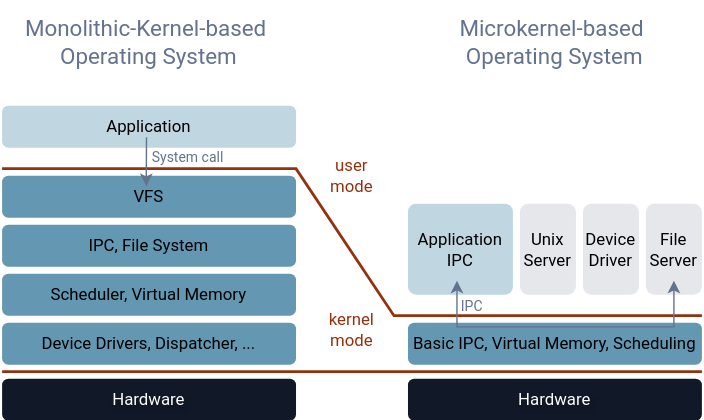
The draw.io diagram images/tries-shutterstock/monolithic-vs-mkernel.drawio.svg in seL4/website, before a commit. Source tidied: cells renumbered, new cells last; positions are measured from the earlier drawing's top-left corner, leaving out a move shared by most shapes. Source of this version:
```xml
<mxGraphModel>
  <root>
    <mxCell id="0" />
    <mxCell id="1" parent="0" />
    <mxCell id="2" value="Hardware" style="rounded=1;whiteSpace=wrap;html=1;fillColor=light-dark(#111828, #364153);fillStyle=solid;strokeColor=none;fontFamily=roboto;textShadow=1;fontColor=#FFFFFF;" parent="1" vertex="1">
      <mxGeometry x="290" y="270" width="210" height="30" as="geometry" />
    </mxCell>
    <mxCell id="3" value="Basic IPC, Virtual Memory, Scheduling" style="rounded=1;whiteSpace=wrap;html=1;strokeColor=none;fillColor=light-dark(#6497b1, #3c637f);fontFamily=roboto;" parent="1" vertex="1">
      <mxGeometry x="290" y="230" width="210" height="30" as="geometry" />
    </mxCell>
    <mxCell id="4" value="Application IPC" style="rounded=1;whiteSpace=wrap;html=1;arcSize=9;strokeColor=none;fillColor=light-dark(#c0d7e1, #6497b1);fontFamily=roboto;" parent="1" vertex="1">
      <mxGeometry x="290" y="145" width="75" height="65" as="geometry" />
    </mxCell>
    <mxCell id="5" value="Unix Server" style="rounded=1;whiteSpace=wrap;html=1;strokeColor=none;fillColor=light-dark(#e5e7eb, #e5e7eb);fontFamily=roboto;fontColor=#000000;" parent="1" vertex="1">
      <mxGeometry x="370" y="145" width="40" height="65" as="geometry" />
    </mxCell>
    <mxCell id="6" value="Device Driver" style="rounded=1;whiteSpace=wrap;html=1;strokeColor=none;fillColor=light-dark(#e5e7eb, #e5e7eb);fontFamily=roboto;fontColor=#000000;" parent="1" vertex="1">
      <mxGeometry x="415" y="145" width="40" height="65" as="geometry" />
    </mxCell>
    <mxCell id="7" value="File Server" style="rounded=1;whiteSpace=wrap;html=1;strokeColor=none;fillColor=light-dark(#e5e7eb, #e5e7eb);fontFamily=roboto;fontColor=#000000;" parent="1" vertex="1">
      <mxGeometry x="460" y="145" width="40" height="65" as="geometry" />
    </mxCell>
    <mxCell id="8" value="Hardware" style="rounded=1;whiteSpace=wrap;html=1;fillColor=light-dark(#111828, #364153);fillStyle=solid;strokeColor=none;fontFamily=roboto;textShadow=1;fontColor=#FFFFFF;" parent="1" vertex="1">
      <mxGeometry y="270" width="210" height="30" as="geometry" />
    </mxCell>
    <mxCell id="9" value="Device Drivers, Dispatcher, ..." style="rounded=1;whiteSpace=wrap;html=1;strokeColor=none;fillColor=light-dark(#6497b1, #3c637f);fontFamily=roboto;" parent="1" vertex="1">
      <mxGeometry y="230" width="210" height="30" as="geometry" />
    </mxCell>
    <mxCell id="10" value="Scheduler, Virtual Memory" style="rounded=1;whiteSpace=wrap;html=1;strokeColor=none;fillColor=light-dark(#6497b1, #3c637f);fontFamily=roboto;" parent="1" vertex="1">
      <mxGeometry y="195" width="210" height="30" as="geometry" />
    </mxCell>
    <mxCell id="11" value="IPC, File System" style="rounded=1;whiteSpace=wrap;html=1;strokeColor=none;fillColor=light-dark(#6497b1, #3c637f);fontFamily=roboto;" parent="1" vertex="1">
      <mxGeometry y="160" width="210" height="30" as="geometry" />
    </mxCell>
    <mxCell id="12" value="VFS" style="rounded=1;whiteSpace=wrap;html=1;strokeColor=none;fillColor=light-dark(#6497b1, #3c637f);fontFamily=roboto;" parent="1" vertex="1">
      <mxGeometry y="125" width="210" height="30" as="geometry" />
    </mxCell>
    <mxCell id="13" value="Application" style="rounded=1;whiteSpace=wrap;html=1;strokeColor=none;fillColor=light-dark(#c0d7e1, #6497b1);fontFamily=roboto;" parent="1" vertex="1">
      <mxGeometry y="75" width="210" height="30" as="geometry" />
    </mxCell>
    <mxCell id="14" style="endArrow=none;html=1;rounded=0;strokeColor=light-dark(#94320d, #ededed);strokeWidth=2;fontFamily=roboto;" parent="1" edge="1">
      <mxGeometry relative="1" as="geometry">
        <mxPoint y="265" as="sourcePoint" />
        <mxPoint x="500" y="265" as="targetPoint" />
      </mxGeometry>
    </mxCell>
    <mxCell id="15" style="endArrow=none;html=1;rounded=0;strokeColor=light-dark(#94320d, #ededed);strokeWidth=2;fontFamily=roboto;" parent="1" edge="1">
      <mxGeometry relative="1" as="geometry">
        <mxPoint y="120" as="sourcePoint" />
        <mxPoint x="500" y="225" as="targetPoint" />
        <Array as="points">
          <mxPoint x="210" y="120" />
          <mxPoint x="280" y="225" />
        </Array>
      </mxGeometry>
    </mxCell>
    <mxCell id="16" value="kernel mode" style="text;html=1;align=center;verticalAlign=middle;whiteSpace=wrap;rounded=0;fontColor=light-dark(#94320d, #ededed);fontFamily=roboto;" parent="1" vertex="1">
      <mxGeometry x="220" y="220" width="60" height="30" as="geometry" />
    </mxCell>
    <mxCell id="17" value="user mode" style="text;html=1;align=center;verticalAlign=middle;whiteSpace=wrap;rounded=0;fontColor=light-dark(#94320d, #ededed);fontFamily=roboto;" parent="1" vertex="1">
      <mxGeometry x="225" y="110" width="50" height="30" as="geometry" />
    </mxCell>
    <mxCell id="18" style="endArrow=classic;startArrow=classic;html=1;rounded=0;strokeColor=light-dark(#63738E, #98a1ae);" parent="1" edge="1">
      <mxGeometry relative="1" as="geometry">
        <mxPoint x="325" y="200" as="sourcePoint" />
        <mxPoint x="480" y="200" as="targetPoint" />
        <Array as="points">
          <mxPoint x="325" y="233" />
          <mxPoint x="480" y="233" />
        </Array>
      </mxGeometry>
    </mxCell>
    <mxCell id="19" style="edgeStyle=orthogonalEdgeStyle;rounded=0;orthogonalLoop=1;jettySize=auto;html=1;fontFamily=roboto;strokeColor=light-dark(#63738E, #98a1ae);" parent="1" edge="1">
      <mxGeometry relative="1" as="geometry">
        <mxPoint x="103.2" y="97.5" as="sourcePoint" />
        <mxPoint x="103" y="132.5" as="targetPoint" />
        <Array as="points">
          <mxPoint x="103" y="97.5" />
          <mxPoint x="103" y="97.5" />
        </Array>
      </mxGeometry>
    </mxCell>
    <mxCell id="20" value="System call" style="text;html=1;align=center;verticalAlign=middle;whiteSpace=wrap;rounded=0;fontColor=light-dark(#63738E,#98A1AE);fontFamily=roboto;fontSize=10;" parent="1" vertex="1">
      <mxGeometry x="103" y="102" width="60" height="20" as="geometry" />
    </mxCell>
    <mxCell id="21" value="IPC" style="text;html=1;align=center;verticalAlign=middle;whiteSpace=wrap;rounded=0;fontColor=light-dark(#63738E,#98A1AE);fontFamily=roboto;fontSize=10;" parent="1" vertex="1">
      <mxGeometry x="321" y="208" width="30" height="20" as="geometry" />
    </mxCell>
    <mxCell id="22" value="&lt;font&gt;Monolithic-Kernel-based&amp;nbsp;&lt;/font&gt;&lt;div&gt;&lt;font&gt;Operating System&lt;/font&gt;&lt;/div&gt;" style="text;html=1;align=center;verticalAlign=middle;whiteSpace=wrap;rounded=0;fontColor=light-dark(#63738e, #ededed);fontFamily=roboto;fontSize=16;" parent="1" vertex="1">
      <mxGeometry width="210" height="60" as="geometry" />
    </mxCell>
    <mxCell id="23" value="&lt;font&gt;Microkernel-based&amp;nbsp;&lt;/font&gt;&lt;div&gt;&lt;font&gt;Operating System&lt;/font&gt;&lt;/div&gt;" style="text;html=1;align=center;verticalAlign=middle;whiteSpace=wrap;rounded=0;fontColor=light-dark(#63738e, #ededed);fontFamily=roboto;fontSize=16;" parent="1" vertex="1">
      <mxGeometry x="290" width="210" height="60" as="geometry" />
    </mxCell>
  </root>
</mxGraphModel>
```
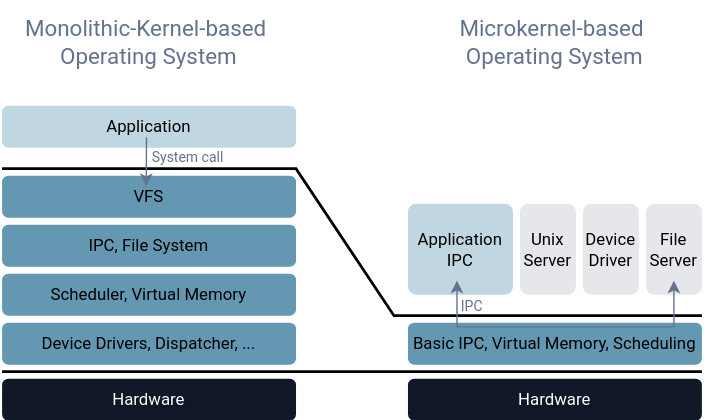
Later version of the same file.

Commit message:
monolithic diagram: change red to black

The edit, as a diff of the source:
```diff
@@ -38,13 +38,13 @@
     <mxCell id="13" value="Application" style="rounded=1;whiteSpace=wrap;html=1;strokeColor=none;fillColor=light-dark(#c0d7e1, #6497b1);fontFamily=roboto;" parent="1" vertex="1">
       <mxGeometry y="75" width="210" height="30" as="geometry" />
     </mxCell>
-    <mxCell id="14" style="endArrow=none;html=1;rounded=0;strokeColor=light-dark(#94320d, #ededed);strokeWidth=2;fontFamily=roboto;" parent="1" edge="1">
+    <mxCell id="14" style="endArrow=none;html=1;rounded=0;strokeColor=light-dark(#000000,#EDEDED);strokeWidth=2;fontFamily=roboto;" parent="1" edge="1">
       <mxGeometry relative="1" as="geometry">
         <mxPoint y="265" as="sourcePoint" />
         <mxPoint x="500" y="265" as="targetPoint" />
       </mxGeometry>
     </mxCell>
-    <mxCell id="15" style="endArrow=none;html=1;rounded=0;strokeColor=light-dark(#94320d, #ededed);strokeWidth=2;fontFamily=roboto;" parent="1" edge="1">
+    <mxCell id="15" style="endArrow=none;html=1;rounded=0;strokeColor=light-dark(#000000,#EDEDED);strokeWidth=2;fontFamily=roboto;" parent="1" edge="1">
       <mxGeometry relative="1" as="geometry">
         <mxPoint y="120" as="sourcePoint" />
         <mxPoint x="500" y="225" as="targetPoint" />
@@ -54,10 +54,10 @@
         </Array>
       </mxGeometry>
     </mxCell>
-    <mxCell id="16" value="kernel mode" style="text;html=1;align=center;verticalAlign=middle;whiteSpace=wrap;rounded=0;fontColor=light-dark(#94320d, #ededed);fontFamily=roboto;" parent="1" vertex="1">
+    <mxCell id="16" value="kernel mode" style="text;html=1;align=center;verticalAlign=middle;whiteSpace=wrap;rounded=0;fontColor=#FFFFFF;fontFamily=roboto;" parent="1" vertex="1">
       <mxGeometry x="220" y="220" width="60" height="30" as="geometry" />
     </mxCell>
-    <mxCell id="17" value="user mode" style="text;html=1;align=center;verticalAlign=middle;whiteSpace=wrap;rounded=0;fontColor=light-dark(#94320d, #ededed);fontFamily=roboto;" parent="1" vertex="1">
+    <mxCell id="17" value="user mode" style="text;html=1;align=center;verticalAlign=middle;whiteSpace=wrap;rounded=0;fontColor=#FFFFFF;fontFamily=roboto;" parent="1" vertex="1">
       <mxGeometry x="225" y="110" width="50" height="30" as="geometry" />
     </mxCell>
     <mxCell id="18" style="endArrow=classic;startArrow=classic;html=1;rounded=0;strokeColor=light-dark(#63738E, #98a1ae);" parent="1" edge="1">
```
